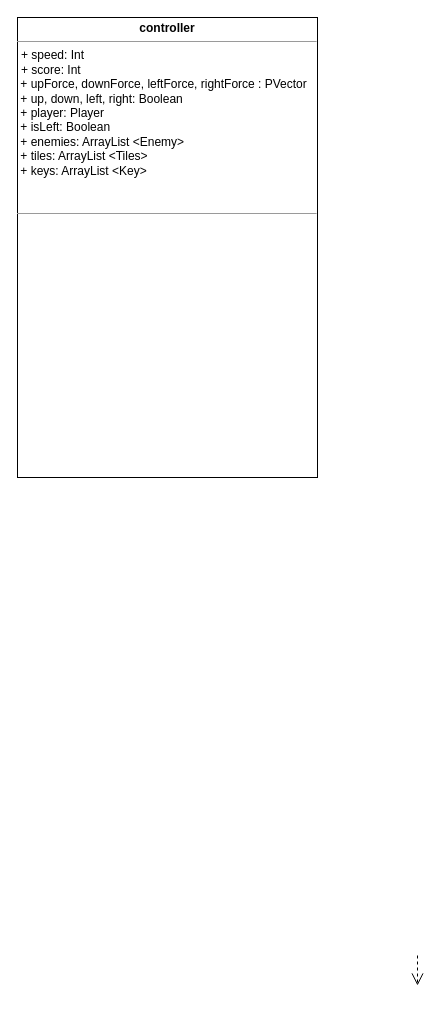
This is Untitled Diagram.drawio from harjotsk03/wireframeTest, a draw.io file, before an edit. Source tidied: cells renumbered, new cells numbered last; positions are measured from the earlier drawing's top-left corner, leaving out a move shared by most shapes. Both pictures are drawn from the tidied source at 100%, with x=0, y=0 at pixel (17, 17).
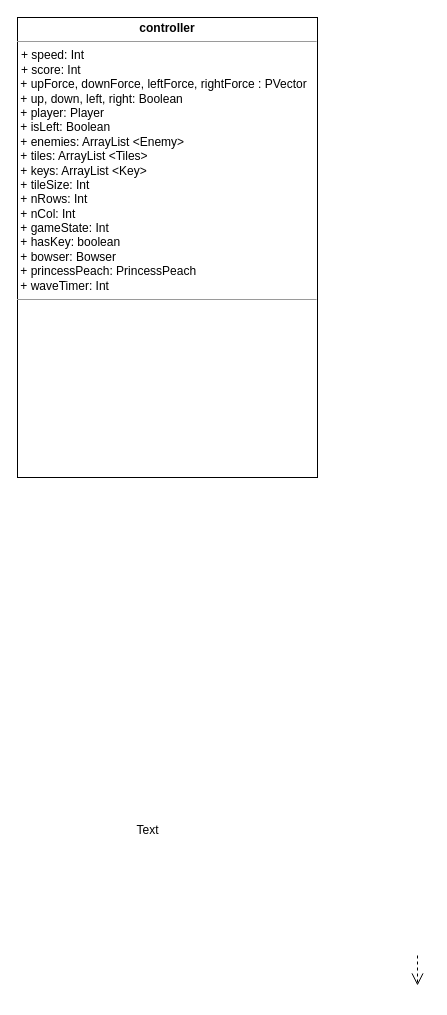
The same diagram, later.

Change to the diagram source:
```diff
@@
 <mxGraphModel>
   <root>
     <mxCell id="0" />
     <mxCell id="1" parent="0" />
     <mxCell id="2" style="edgeStyle=orthogonalEdgeStyle;rounded=0;html=1;dashed=1;labelBackgroundColor=none;startFill=0;endArrow=open;endFill=0;endSize=10;fontFamily=Verdana;fontSize=10;" parent="1" edge="1">
       <mxGeometry relative="1" as="geometry">
         <mxPoint x="400" y="938" as="sourcePoint" />
         <mxPoint x="400" y="968" as="targetPoint" />
       </mxGeometry>
     </mxCell>
-    <mxCell id="3" value="&lt;p style=&quot;margin:0px;margin-top:4px;text-align:center;&quot;&gt;&lt;b&gt;controller&lt;/b&gt;&lt;/p&gt;&lt;hr size=&quot;1&quot;&gt;&lt;p style=&quot;margin:0px;margin-left:4px;&quot;&gt;+ speed: Int&lt;br&gt;+ score: Int&lt;/p&gt;&amp;nbsp;+ upForce, downForce, leftForce, rightForce : PVector&lt;div&gt;&amp;nbsp;+ up, down, left, right: Boolean&lt;/div&gt;&lt;div&gt;&amp;nbsp;+ player: Player&lt;/div&gt;&lt;div&gt;&amp;nbsp;+ isLeft: Boolean&lt;/div&gt;&lt;div&gt;&amp;nbsp;&lt;span style=&quot;background-color: initial;&quot;&gt;+ enemies: ArrayList &amp;lt;Enemy&amp;gt;&lt;/span&gt;&lt;/div&gt;&lt;div&gt;&amp;nbsp;+ tiles: ArrayList &amp;lt;Tiles&amp;gt;&lt;span style=&quot;background-color: initial;&quot;&gt;&lt;br&gt;&lt;/span&gt;&lt;/div&gt;&lt;div&gt;&amp;nbsp;+ keys: ArrayList &amp;lt;Key&amp;gt;&lt;br&gt;&lt;/div&gt;&lt;div&gt;&lt;br&gt;&lt;/div&gt;&lt;div&gt;&lt;br&gt;&lt;/div&gt;&lt;div&gt;&lt;hr size=&quot;1&quot;&gt;&lt;p style=&quot;margin:0px;margin-left:4px;&quot;&gt;&lt;br&gt;&lt;/p&gt;&lt;/div&gt;" style="verticalAlign=top;align=left;overflow=fill;fontSize=12;fontFamily=Helvetica;html=1;rounded=0;shadow=0;comic=0;labelBackgroundColor=none;strokeWidth=1;" parent="1" vertex="1">
+    <mxCell id="3" value="&lt;p style=&quot;margin:0px;margin-top:4px;text-align:center;&quot;&gt;&lt;b&gt;controller&lt;/b&gt;&lt;/p&gt;&lt;hr size=&quot;1&quot;&gt;&lt;p style=&quot;margin:0px;margin-left:4px;&quot;&gt;+ speed: Int&lt;br&gt;+ score: Int&lt;/p&gt;&amp;nbsp;+ upForce, downForce, leftForce, rightForce : PVector&lt;div&gt;&amp;nbsp;+ up, down, left, right: Boolean&lt;/div&gt;&lt;div&gt;&amp;nbsp;+ player: Player&lt;/div&gt;&lt;div&gt;&amp;nbsp;+ isLeft: Boolean&lt;/div&gt;&lt;div&gt;&amp;nbsp;&lt;span style=&quot;background-color: initial;&quot;&gt;+ enemies: ArrayList &amp;lt;Enemy&amp;gt;&lt;/span&gt;&lt;/div&gt;&lt;div&gt;&amp;nbsp;+ tiles: ArrayList &amp;lt;Tiles&amp;gt;&lt;span style=&quot;background-color: initial;&quot;&gt;&lt;br&gt;&lt;/span&gt;&lt;/div&gt;&lt;div&gt;&amp;nbsp;+ keys: ArrayList &amp;lt;Key&amp;gt;&lt;br&gt;&lt;/div&gt;&lt;div&gt;&amp;nbsp;+ tileSize: Int&lt;br&gt;&lt;/div&gt;&lt;div&gt;&amp;nbsp;+ nRows: Int&lt;/div&gt;&lt;div&gt;&amp;nbsp;+ nCol: Int&lt;/div&gt;&lt;div&gt;&amp;nbsp;+ gameState: Int&lt;/div&gt;&lt;div&gt;&amp;nbsp;+ hasKey: boolean&lt;/div&gt;&lt;div&gt;&amp;nbsp;+ bowser: Bowser&lt;/div&gt;&lt;div&gt;&amp;nbsp;+ princessPeach: PrincessPeach&lt;/div&gt;&lt;div&gt;&amp;nbsp;+ waveTimer: Int&lt;/div&gt;&lt;div&gt;&lt;hr size=&quot;1&quot;&gt;&lt;p style=&quot;margin:0px;margin-left:4px;&quot;&gt;&lt;br&gt;&lt;/p&gt;&lt;/div&gt;" style="verticalAlign=top;align=left;overflow=fill;fontSize=12;fontFamily=Helvetica;html=1;rounded=0;shadow=0;comic=0;labelBackgroundColor=none;strokeWidth=1;" parent="1" vertex="1">
       <mxGeometry width="300" height="460" as="geometry" />
     </mxCell>
+    <mxCell id="4" value="Text" style="text;html=1;align=center;verticalAlign=middle;strokeColor=none;fillColor=none;" parent="1" vertex="1">
+      <mxGeometry x="105" y="798" width="50" height="30" as="geometry" />
+    </mxCell>
   </root>
 </mxGraphModel>
```
